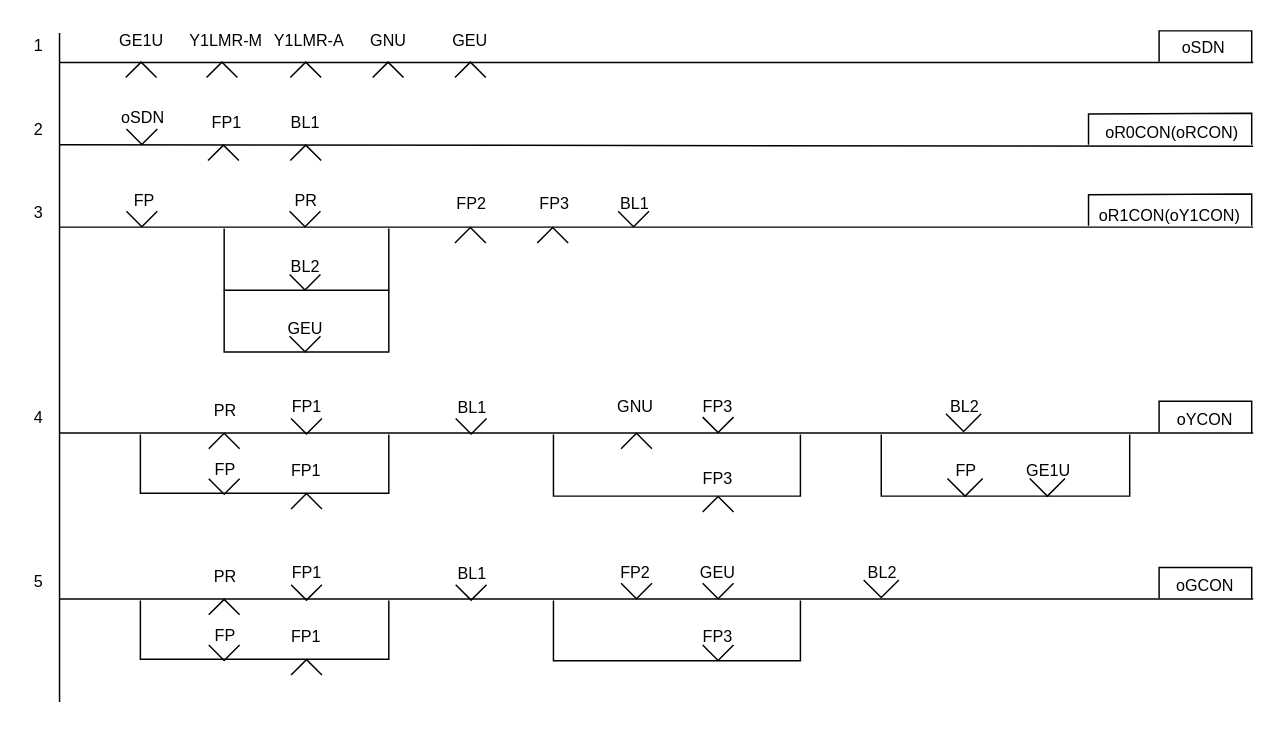
The draw.io diagram page "신호현시로직(최종)" (2 of 8) of Signal/4Display-Signal-Control-Logic.drawio in chillin2/MyDraw.io, before the edit. Source tidied: cells renumbered, new cells numbered last; positions are measured from the earlier drawing's top-left corner, leaving out a move shared by most shapes. Both pictures are drawn from the tidied source at 147%, with x=0, y=0 at pixel (25, 25).
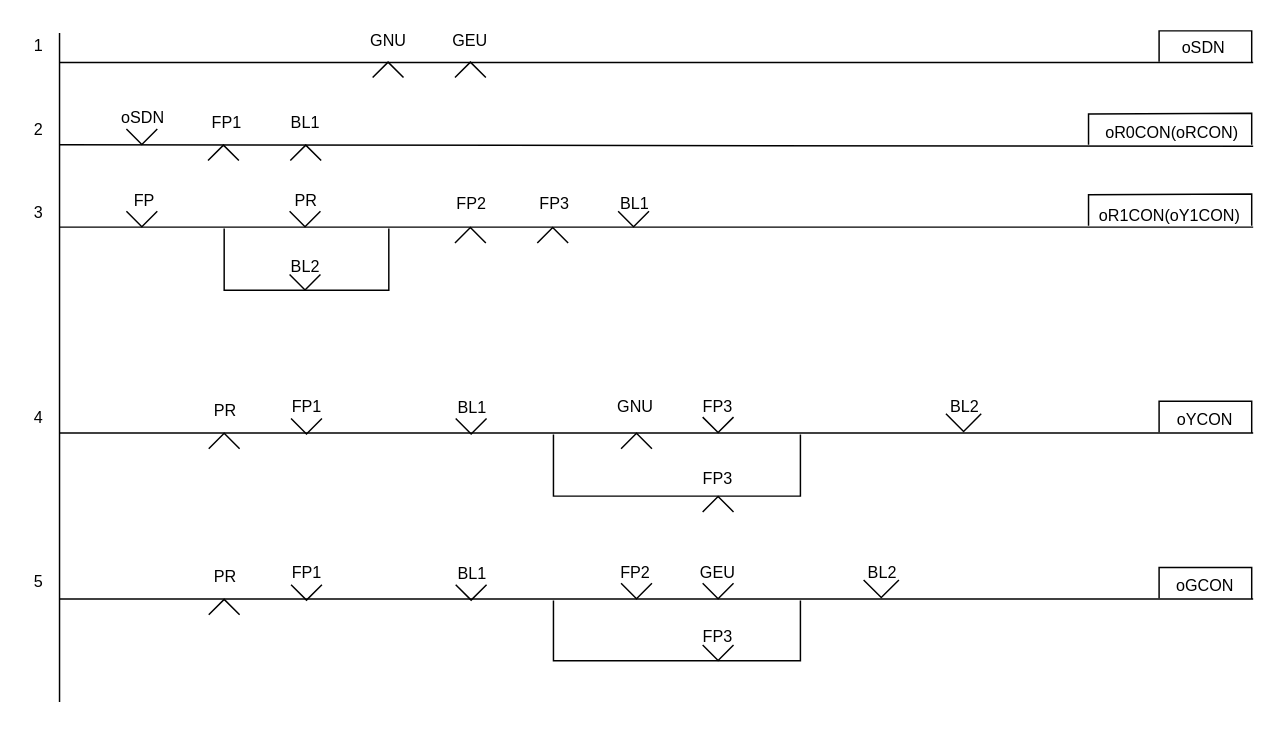
The same diagram, later.

What changed in the source:
```diff
@@
-    <mxCell id="3" value="GE1U" style="text;html=1;strokeColor=none;fillColor=none;align=center;verticalAlign=middle;whiteSpace=wrap;rounded=0;fontFamily=Helvetica;fontSize=11;fontColor=default;" parent="1" vertex="1">
-      <mxGeometry x="59" width="40" height="20" as="geometry" />
-    </mxCell>
@@
-    <mxCell id="5" value="Y1LMR-M" style="text;html=1;strokeColor=none;fillColor=none;align=center;verticalAlign=middle;whiteSpace=wrap;rounded=0;fontFamily=Helvetica;fontSize=11;fontColor=default;" parent="1" vertex="1">
-      <mxGeometry x="109" width="55" height="20" as="geometry" />
-    </mxCell>
-    <mxCell id="6" value="Y1LMR-A" style="text;html=1;strokeColor=none;fillColor=none;align=center;verticalAlign=middle;whiteSpace=wrap;rounded=0;fontFamily=Helvetica;fontSize=11;fontColor=default;" parent="1" vertex="1">
-      <mxGeometry x="166" width="54" height="20" as="geometry" />
-    </mxCell>
@@
-    <mxCell id="23" style="endArrow=none;html=1;rounded=0;" parent="1" edge="1">
-      <mxGeometry relative="1" as="geometry">
-        <mxPoint x="78" y="278" as="sourcePoint" />
-        <mxPoint x="247" y="278" as="targetPoint" />
-        <Array as="points">
-          <mxPoint x="78" y="318" />
-          <mxPoint x="247" y="318" />
-        </Array>
-      </mxGeometry>
-    </mxCell>
-    <mxCell id="24" value="FP" style="text;html=1;strokeColor=none;fillColor=none;align=center;verticalAlign=middle;whiteSpace=wrap;rounded=0;fontFamily=Helvetica;fontSize=11;fontColor=default;" parent="1" vertex="1">
-      <mxGeometry x="113" y="292" width="46" height="20" as="geometry" />
-    </mxCell>
@@
-    <mxCell id="28" value="GEU" style="text;html=1;strokeColor=none;fillColor=none;align=center;verticalAlign=middle;whiteSpace=wrap;rounded=0;fontFamily=Helvetica;fontSize=11;fontColor=default;" parent="1" vertex="1">
-      <mxGeometry x="167" y="199" width="47" height="13" as="geometry" />
-    </mxCell>
@@
-    <mxCell id="30" value="FP1" style="text;html=1;strokeColor=none;fillColor=none;align=center;verticalAlign=middle;whiteSpace=wrap;rounded=0;fontFamily=Helvetica;fontSize=11;fontColor=default;" parent="1" vertex="1">
-      <mxGeometry x="171" y="293" width="40" height="20" as="geometry" />
-    </mxCell>
@@
-    <mxCell id="37" value="FP" style="text;html=1;strokeColor=none;fillColor=none;align=center;verticalAlign=middle;whiteSpace=wrap;rounded=0;fontFamily=Helvetica;fontSize=11;fontColor=default;" parent="1" vertex="1">
-      <mxGeometry x="620" y="293" width="40" height="20" as="geometry" />
-    </mxCell>
-    <mxCell id="38" style="verticalLabelPosition=bottom;html=1;verticalAlign=top;align=center;shape=mxgraph.floorplan.windowBow;strokeWidth=1;direction=east;" parent="1" vertex="1">
-      <mxGeometry x="627" y="290" width="24" height="48" as="geometry" />
-    </mxCell>
-    <mxCell id="39" style="endArrow=none;html=1;rounded=0;" parent="1" edge="1">
-      <mxGeometry relative="1" as="geometry">
-        <mxPoint x="582" y="278" as="sourcePoint" />
-        <mxPoint x="751" y="278" as="targetPoint" />
-        <Array as="points">
-          <mxPoint x="582" y="320" />
-          <mxPoint x="751" y="320" />
-        </Array>
-      </mxGeometry>
-    </mxCell>
-    <mxCell id="40" value="GE1U" style="text;html=1;strokeColor=none;fillColor=none;align=center;verticalAlign=middle;whiteSpace=wrap;rounded=0;fontFamily=Helvetica;fontSize=11;fontColor=default;" parent="1" vertex="1">
-      <mxGeometry x="676" y="293" width="40" height="20" as="geometry" />
-    </mxCell>
-    <mxCell id="41" style="verticalLabelPosition=bottom;html=1;verticalAlign=top;align=center;shape=mxgraph.floorplan.windowBow;strokeWidth=1;direction=east;" parent="1" vertex="1">
-      <mxGeometry x="683" y="290" width="24" height="48" as="geometry" />
-    </mxCell>
@@
-    <mxCell id="45" style="verticalLabelPosition=bottom;html=1;verticalAlign=top;align=center;shape=mxgraph.floorplan.windowBow;strokeWidth=1;fontSize=11;direction=west;" parent="1" vertex="1">
-      <mxGeometry x="180.5" y="318" width="21" height="11" as="geometry" />
-    </mxCell>
-    <mxCell id="46" style="verticalLabelPosition=bottom;html=1;verticalAlign=top;align=center;shape=mxgraph.floorplan.windowBow;strokeWidth=1;fontSize=11;" parent="1" vertex="1">
-      <mxGeometry x="124.5" y="308" width="21" height="11" as="geometry" />
-    </mxCell>
@@
-    <mxCell id="53" style="verticalLabelPosition=bottom;html=1;verticalAlign=top;align=center;shape=mxgraph.floorplan.windowBow;strokeWidth=1;fontSize=11;direction=west;" parent="1" vertex="1">
-      <mxGeometry x="68" y="24.5" width="21" height="11" as="geometry" />
-    </mxCell>
-    <mxCell id="54" style="verticalLabelPosition=bottom;html=1;verticalAlign=top;align=center;shape=mxgraph.floorplan.windowBow;strokeWidth=1;fontSize=11;direction=west;" parent="1" vertex="1">
-      <mxGeometry x="123" y="24.5" width="21" height="11" as="geometry" />
-    </mxCell>
-    <mxCell id="55" style="verticalLabelPosition=bottom;html=1;verticalAlign=top;align=center;shape=mxgraph.floorplan.windowBow;strokeWidth=1;fontSize=11;direction=west;" parent="1" vertex="1">
-      <mxGeometry x="180" y="24.5" width="21" height="11" as="geometry" />
-    </mxCell>
@@
-    <mxCell id="63" style="verticalLabelPosition=bottom;html=1;verticalAlign=top;align=center;shape=mxgraph.floorplan.windowBow;strokeWidth=1;fontSize=11;" parent="1" vertex="1">
-      <mxGeometry x="179.5" y="211" width="21" height="11" as="geometry" />
-    </mxCell>
-    <mxCell id="64" style="endArrow=none;html=1;rounded=0;" parent="1" edge="1">
-      <mxGeometry relative="1" as="geometry">
-        <mxPoint x="135" y="180" as="sourcePoint" />
-        <mxPoint x="247" y="180" as="targetPoint" />
-        <Array as="points">
-          <mxPoint x="135" y="222" />
-          <mxPoint x="247" y="222" />
-        </Array>
-      </mxGeometry>
-    </mxCell>
@@
-    <mxCell id="71" style="endArrow=none;html=1;rounded=0;" parent="1" edge="1">
-      <mxGeometry relative="1" as="geometry">
-        <mxPoint x="78" y="391" as="sourcePoint" />
-        <mxPoint x="247" y="391" as="targetPoint" />
-        <Array as="points">
-          <mxPoint x="78" y="431" />
-          <mxPoint x="247" y="431" />
-        </Array>
-      </mxGeometry>
-    </mxCell>
-    <mxCell id="72" value="FP" style="text;html=1;strokeColor=none;fillColor=none;align=center;verticalAlign=middle;whiteSpace=wrap;rounded=0;fontFamily=Helvetica;fontSize=11;fontColor=default;" parent="1" vertex="1">
-      <mxGeometry x="113" y="405" width="46" height="20" as="geometry" />
-    </mxCell>
@@
-    <mxCell id="74" value="FP1" style="text;html=1;strokeColor=none;fillColor=none;align=center;verticalAlign=middle;whiteSpace=wrap;rounded=0;fontFamily=Helvetica;fontSize=11;fontColor=default;" parent="1" vertex="1">
-      <mxGeometry x="171" y="406" width="40" height="20" as="geometry" />
-    </mxCell>
@@
-    <mxCell id="84" style="verticalLabelPosition=bottom;html=1;verticalAlign=top;align=center;shape=mxgraph.floorplan.windowBow;strokeWidth=1;fontSize=11;direction=west;" parent="1" vertex="1">
-      <mxGeometry x="180.5" y="431" width="21" height="11" as="geometry" />
-    </mxCell>
-    <mxCell id="85" style="verticalLabelPosition=bottom;html=1;verticalAlign=top;align=center;shape=mxgraph.floorplan.windowBow;strokeWidth=1;fontSize=11;" parent="1" vertex="1">
-      <mxGeometry x="124.5" y="421" width="21" height="11" as="geometry" />
-    </mxCell>
```
